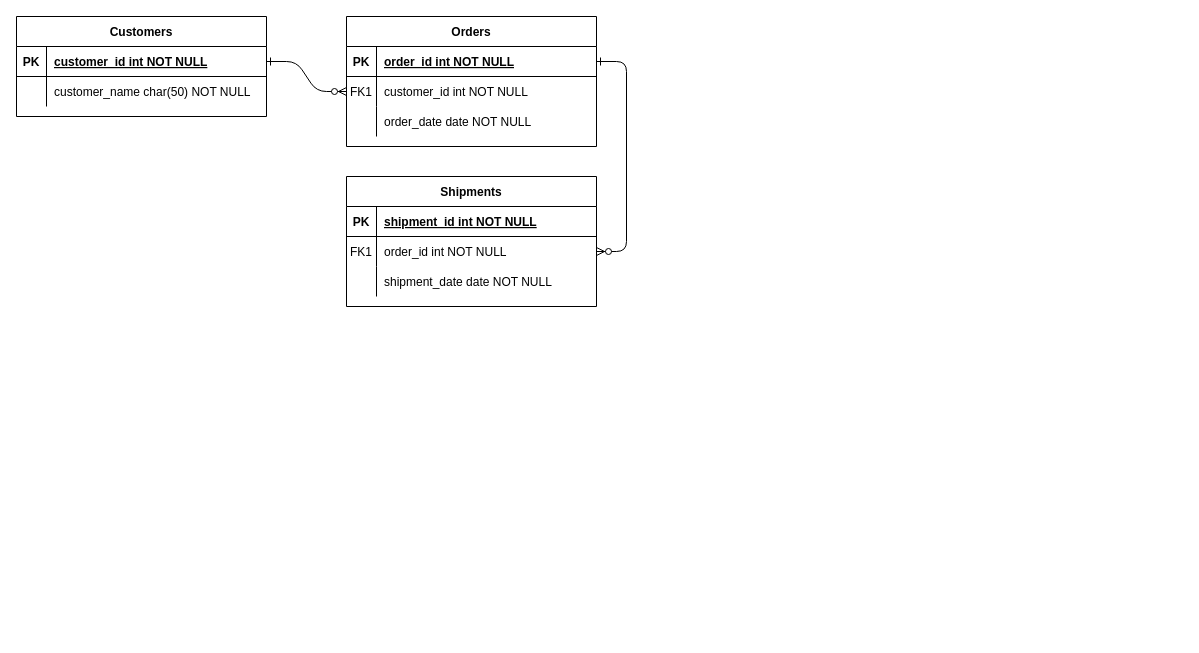
Earlier version of the draw.io diagram city boomers.drawio (vinaykurmi/star-schema). Source tidied: cells renumbered, new cells numbered last; positions are measured from the earlier drawing's top-left corner, leaving out a move shared by most shapes. Both pictures are drawn from the tidied source at 100%, with x=0, y=0 at pixel (16, 16).
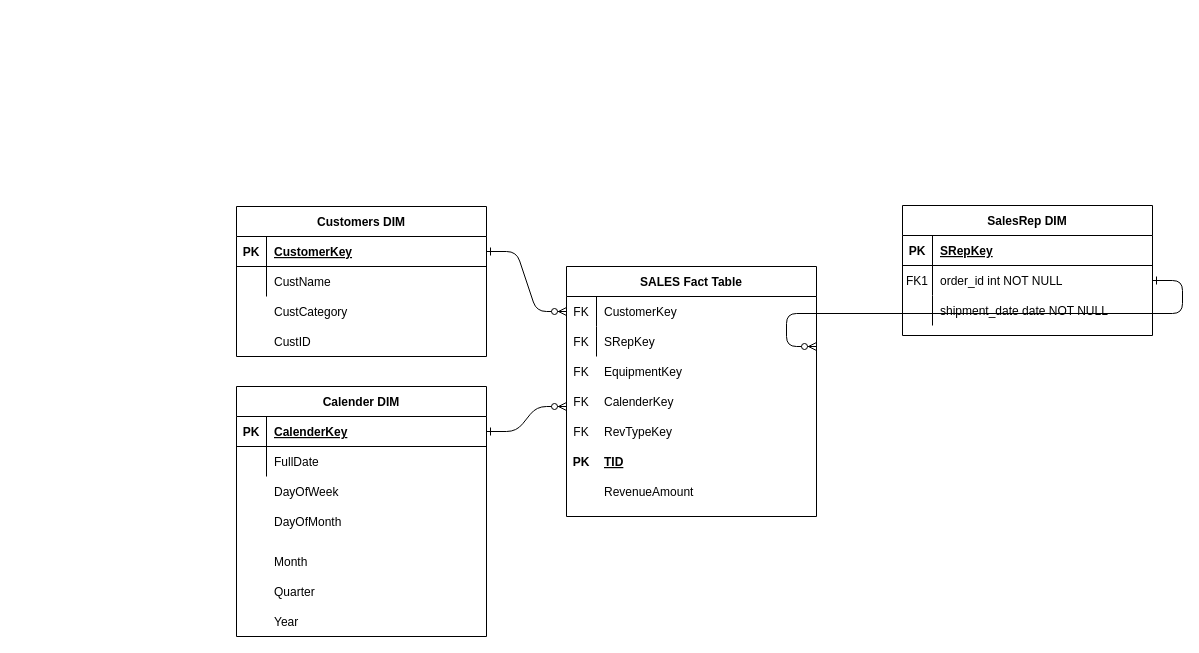
The same page after the edit.

The change refers to these unchanged cells:
```xml
<mxCell id="15" style="shape=partialRectangle;fillColor=none;top=0;left=0;right=0;bottom=1;" parent="14" vertex="1">
  <mxGeometry y="30" width="250" height="30" as="geometry" />
</mxCell>
<mxCell id="18" style="shape=partialRectangle;fillColor=none;points=[[0,0.5],[1,0.5]];portConstraint=eastwest;top=0;left=0;right=0;bottom=0;" parent="14" vertex="1">
  <mxGeometry y="60" width="250" height="30" as="geometry" />
</mxCell>
<mxCell id="25" style="shape=partialRectangle;fillColor=none;points=[[0,0.5],[1,0.5]];portConstraint=eastwest;top=0;left=0;right=0;bottom=1;" parent="24" vertex="1">
  <mxGeometry y="30" width="250" height="30" as="geometry" />
</mxCell>
<mxCell id="28" style="shape=partialRectangle;fillColor=none;top=0;left=0;right=0;bottom=0;" parent="24" vertex="1">
  <mxGeometry y="60" width="250" height="30" as="geometry" />
</mxCell>
```

Change to the diagram source:
```diff
@@
-    <mxCell id="3" style="edgeStyle=entityRelationEdgeStyle;endArrow=ERzeroToMany;startArrow=ERone;endFill=1;startFill=0;" parent="1" edge="1" source="5" target="18">
-      <mxGeometry relative="1" as="geometry" />
-    </mxCell>
-    <mxCell id="4" value="Orders" style="shape=table;startSize=30;childLayout=tableLayout;rowLines=0;fontStyle=1;align=center;" parent="1" vertex="1">
-      <mxGeometry x="330" width="250" height="130" as="geometry" />
+    <mxCell id="4" value="SALES Fact Table" style="shape=table;startSize=30;childLayout=tableLayout;rowLines=0;fontStyle=1;align=center;" parent="1" vertex="1">
+      <mxGeometry x="550" y="250" width="250" height="250" as="geometry" />
     </mxCell>
-    <mxCell id="5" style="shape=partialRectangle;fillColor=none;points=[[0,0.5],[1,0.5]];portConstraint=eastwest;top=0;left=0;right=0;bottom=1;" parent="4" vertex="1">
-      <mxGeometry y="30" width="250" height="30" as="geometry" />
-    </mxCell>
-    <mxCell id="6" value="PK" style="shape=partialRectangle;overflow=hidden;fillColor=none;top=0;left=0;bottom=0;right=0;fontStyle=1;" parent="5" vertex="1">
-      <mxGeometry width="30" height="30" as="geometry" />
-    </mxCell>
-    <mxCell id="7" value="order_id int NOT NULL " style="shape=partialRectangle;overflow=hidden;fillColor=none;top=0;left=0;bottom=0;right=0;align=left;spacingLeft=6;fontStyle=5;" parent="5" vertex="1">
-      <mxGeometry x="30" width="220" height="30" as="geometry" />
-    </mxCell>
     <mxCell id="8" style="shape=partialRectangle;fillColor=none;points=[[0,0.5],[1,0.5]];portConstraint=eastwest;top=0;left=0;right=0;bottom=0;" parent="4" vertex="1">
-      <mxGeometry y="60" width="250" height="30" as="geometry" />
+      <mxGeometry y="30" width="250" height="30" as="geometry" />
     </mxCell>
-    <mxCell id="9" value="FK1" style="shape=partialRectangle;overflow=hidden;fillColor=none;top=0;left=0;bottom=0;right=0;" parent="8" vertex="1">
+    <mxCell id="9" value="FK" style="shape=partialRectangle;overflow=hidden;fillColor=none;top=0;left=0;bottom=0;right=0;" parent="8" vertex="1">
       <mxGeometry width="30" height="30" as="geometry" />
     </mxCell>
-    <mxCell id="10" value="customer_id int NOT NULL" style="shape=partialRectangle;overflow=hidden;fillColor=none;top=0;left=0;bottom=0;right=0;align=left;spacingLeft=6;" parent="8" vertex="1">
+    <mxCell id="10" value="CustomerKey" style="shape=partialRectangle;overflow=hidden;fillColor=none;top=0;left=0;bottom=0;right=0;align=left;spacingLeft=6;" parent="8" vertex="1">
       <mxGeometry x="30" width="220" height="30" as="geometry" />
     </mxCell>
     <mxCell id="11" style="shape=partialRectangle;fillColor=none;top=0;left=0;right=0;bottom=0;" parent="4" vertex="1">
-      <mxGeometry y="90" width="250" height="30" as="geometry" />
+      <mxGeometry y="60" width="250" height="30" as="geometry" />
     </mxCell>
@@
-    <mxCell id="13" value="order_date date NOT NULL" style="shape=partialRectangle;overflow=hidden;fillColor=none;top=0;left=0;bottom=0;right=0;align=left;spacingLeft=6;" parent="11" vertex="1">
+    <mxCell id="13" style="shape=partialRectangle;overflow=hidden;fillColor=none;top=0;left=0;bottom=0;right=0;align=left;spacingLeft=6;" parent="11" vertex="1">
       <mxGeometry x="30" width="220" height="30" as="geometry" />
     </mxCell>
-    <mxCell id="14" value="Shipments" style="shape=table;startSize=30;childLayout=tableLayout;rowLines=0;fontStyle=1;align=center;" parent="1" vertex="1">
-      <mxGeometry x="330" y="160" width="250" height="130" as="geometry" />
+    <mxCell id="14" value="SalesRep DIM" style="shape=table;startSize=30;childLayout=tableLayout;rowLines=0;fontStyle=1;align=center;" parent="1" vertex="1">
+      <mxGeometry x="886" y="189" width="250" height="130" as="geometry" />
     </mxCell>
@@
-    <mxCell id="17" value="shipment_id int NOT NULL " style="shape=partialRectangle;overflow=hidden;fillColor=none;top=0;left=0;bottom=0;right=0;align=left;spacingLeft=6;fontStyle=5;" parent="15" vertex="1">
+    <mxCell id="17" value="SRepKey" style="shape=partialRectangle;overflow=hidden;fillColor=none;top=0;left=0;bottom=0;right=0;align=left;spacingLeft=6;fontStyle=5;" parent="15" vertex="1">
       <mxGeometry x="30" width="220" height="30" as="geometry" />
     </mxCell>
@@
+    <mxCell id="3" style="edgeStyle=entityRelationEdgeStyle;endArrow=ERzeroToMany;startArrow=ERone;endFill=1;startFill=0;" parent="14" edge="1" source="18">
+      <mxGeometry relative="1" as="geometry">
+        <mxPoint x="-86" y="141" as="targetPoint" />
+      </mxGeometry>
+    </mxCell>
-    <mxCell id="24" value="Customers" style="shape=table;startSize=30;childLayout=tableLayout;rowLines=0;fontStyle=1;align=center;" parent="1" vertex="1">
-      <mxGeometry width="250" height="100" as="geometry" />
+    <mxCell id="24" value="Customers DIM" style="shape=table;startSize=30;childLayout=tableLayout;rowLines=0;fontStyle=1;align=center;" parent="1" vertex="1">
+      <mxGeometry x="220" y="190" width="250" height="150" as="geometry" />
     </mxCell>
@@
-    <mxCell id="27" value="customer_id int NOT NULL " style="shape=partialRectangle;overflow=hidden;fillColor=none;top=0;left=0;bottom=0;right=0;align=left;spacingLeft=6;fontStyle=5;" parent="25" vertex="1">
+    <mxCell id="27" value="CustomerKey" style="shape=partialRectangle;overflow=hidden;fillColor=none;top=0;left=0;bottom=0;right=0;align=left;spacingLeft=6;fontStyle=5;" parent="25" vertex="1">
       <mxGeometry x="30" width="220" height="30" as="geometry" />
     </mxCell>
@@
-    <mxCell id="30" value="customer_name char(50) NOT NULL" style="shape=partialRectangle;overflow=hidden;fillColor=none;top=0;left=0;bottom=0;right=0;align=left;spacingLeft=6;" parent="28" vertex="1">
+    <mxCell id="30" value="CustName" style="shape=partialRectangle;overflow=hidden;fillColor=none;top=0;left=0;bottom=0;right=0;align=left;spacingLeft=6;" parent="28" vertex="1">
       <mxGeometry x="30" width="220" height="30" as="geometry" />
     </mxCell>
+    <mxCell id="31" value="CustID" style="shape=partialRectangle;overflow=hidden;fillColor=none;top=0;left=0;bottom=0;right=0;align=left;spacingLeft=6;" parent="1" vertex="1">
+      <mxGeometry x="250" y="310" width="220" height="30" as="geometry" />
+    </mxCell>
+    <mxCell id="32" value="CustCategory" style="shape=partialRectangle;overflow=hidden;fillColor=none;top=0;left=0;bottom=0;right=0;align=left;spacingLeft=6;" parent="1" vertex="1">
+      <mxGeometry x="250" y="280" width="220" height="30" as="geometry" />
+    </mxCell>
+    <mxCell id="33" style="edgeStyle=entityRelationEdgeStyle;endArrow=ERzeroToMany;startArrow=ERone;endFill=1;startFill=0;" parent="1" edge="1" source="5">
+      <mxGeometry relative="1" as="geometry">
+        <mxPoint x="550" y="390" as="targetPoint" />
+      </mxGeometry>
+    </mxCell>
+    <mxCell id="34" value="Calender DIM" style="shape=table;startSize=30;childLayout=tableLayout;rowLines=0;fontStyle=1;align=center;" parent="1" vertex="1">
+      <mxGeometry x="220" y="370" width="250" height="250" as="geometry" />
+    </mxCell>
+    <mxCell id="5" style="shape=partialRectangle;fillColor=none;points=[[0,0.5],[1,0.5]];portConstraint=eastwest;top=0;left=0;right=0;bottom=1;" parent="34" vertex="1">
+      <mxGeometry y="30" width="250" height="30" as="geometry" />
+    </mxCell>
+    <mxCell id="6" value="PK" style="shape=partialRectangle;overflow=hidden;fillColor=none;top=0;left=0;bottom=0;right=0;fontStyle=1;" parent="5" vertex="1">
+      <mxGeometry width="30" height="30" as="geometry" />
+    </mxCell>
+    <mxCell id="35" value="CalenderKey" style="shape=partialRectangle;overflow=hidden;fillColor=none;top=0;left=0;bottom=0;right=0;align=left;spacingLeft=6;fontStyle=5;" parent="5" vertex="1">
+      <mxGeometry x="30" width="220" height="30" as="geometry" />
+    </mxCell>
+    <mxCell id="36" style="shape=partialRectangle;fillColor=none;top=0;left=0;right=0;bottom=0;" parent="34" vertex="1">
+      <mxGeometry y="60" width="250" height="30" as="geometry" />
+    </mxCell>
+    <mxCell id="37" style="shape=partialRectangle;overflow=hidden;fillColor=none;top=0;left=0;bottom=0;right=0;" parent="36" vertex="1">
+      <mxGeometry width="30" height="30" as="geometry" />
+    </mxCell>
+    <mxCell id="38" value="FullDate" style="shape=partialRectangle;overflow=hidden;fillColor=none;top=0;left=0;bottom=0;right=0;align=left;spacingLeft=6;" parent="36" vertex="1">
+      <mxGeometry x="30" width="220" height="30" as="geometry" />
+    </mxCell>
+    <mxCell id="39" value="DayOfWeek" style="shape=partialRectangle;overflow=hidden;fillColor=none;top=0;left=0;bottom=0;right=0;align=left;spacingLeft=6;" parent="1" vertex="1">
+      <mxGeometry x="250" y="460" width="220" height="30" as="geometry" />
+    </mxCell>
+    <mxCell id="40" value="Month" style="shape=partialRectangle;overflow=hidden;fillColor=none;top=0;left=0;bottom=0;right=0;align=left;spacingLeft=6;" parent="1" vertex="1">
+      <mxGeometry x="250" y="530" width="220" height="30" as="geometry" />
+    </mxCell>
+    <mxCell id="41" value="Quarter" style="shape=partialRectangle;overflow=hidden;fillColor=none;top=0;left=0;bottom=0;right=0;align=left;spacingLeft=6;" parent="1" vertex="1">
+      <mxGeometry x="250" y="560" width="220" height="30" as="geometry" />
+    </mxCell>
+    <mxCell id="42" value="DayOfMonth" style="shape=partialRectangle;overflow=hidden;fillColor=none;top=0;left=0;bottom=0;right=0;align=left;spacingLeft=6;" parent="1" vertex="1">
+      <mxGeometry x="250" y="490" width="220" height="30" as="geometry" />
+    </mxCell>
+    <mxCell id="43" value="Year" style="shape=partialRectangle;overflow=hidden;fillColor=none;top=0;left=0;bottom=0;right=0;align=left;spacingLeft=6;" parent="1" vertex="1">
+      <mxGeometry x="250" y="590" width="220" height="30" as="geometry" />
+    </mxCell>
+    <mxCell id="44" value="FK" style="shape=partialRectangle;overflow=hidden;fillColor=none;top=0;left=0;bottom=0;right=0;" parent="1" vertex="1">
+      <mxGeometry x="550" y="310" width="30" height="30" as="geometry" />
+    </mxCell>
+    <mxCell id="45" value="SRepKey" style="shape=partialRectangle;overflow=hidden;fillColor=none;top=0;left=0;bottom=0;right=0;align=left;spacingLeft=6;" parent="1" vertex="1">
+      <mxGeometry x="580" y="310" width="220" height="30" as="geometry" />
+    </mxCell>
+    <mxCell id="46" value="FK" style="shape=partialRectangle;overflow=hidden;fillColor=none;top=0;left=0;bottom=0;right=0;" parent="1" vertex="1">
+      <mxGeometry x="550" y="340" width="30" height="30" as="geometry" />
+    </mxCell>
+    <mxCell id="47" value="EquipmentKey" style="shape=partialRectangle;overflow=hidden;fillColor=none;top=0;left=0;bottom=0;right=0;align=left;spacingLeft=6;" parent="1" vertex="1">
+      <mxGeometry x="580" y="340" width="220" height="30" as="geometry" />
+    </mxCell>
+    <mxCell id="48" value="FK" style="shape=partialRectangle;overflow=hidden;fillColor=none;top=0;left=0;bottom=0;right=0;" parent="1" vertex="1">
+      <mxGeometry x="550" y="370" width="30" height="30" as="geometry" />
+    </mxCell>
+    <mxCell id="49" value="CalenderKey" style="shape=partialRectangle;overflow=hidden;fillColor=none;top=0;left=0;bottom=0;right=0;align=left;spacingLeft=6;" parent="1" vertex="1">
+      <mxGeometry x="580" y="370" width="220" height="30" as="geometry" />
+    </mxCell>
+    <mxCell id="50" value="FK" style="shape=partialRectangle;overflow=hidden;fillColor=none;top=0;left=0;bottom=0;right=0;" parent="1" vertex="1">
+      <mxGeometry x="550" y="400" width="30" height="30" as="geometry" />
+    </mxCell>
+    <mxCell id="51" value="RevTypeKey" style="shape=partialRectangle;overflow=hidden;fillColor=none;top=0;left=0;bottom=0;right=0;align=left;spacingLeft=6;" parent="1" vertex="1">
+      <mxGeometry x="580" y="400" width="220" height="30" as="geometry" />
+    </mxCell>
+    <mxCell id="52" value="PK" style="shape=partialRectangle;overflow=hidden;fillColor=none;top=0;left=0;bottom=0;right=0;fontStyle=1;" parent="1" vertex="1">
+      <mxGeometry x="550" y="430" width="30" height="30" as="geometry" />
+    </mxCell>
+    <mxCell id="53" value="TID" style="shape=partialRectangle;overflow=hidden;fillColor=none;top=0;left=0;bottom=0;right=0;align=left;spacingLeft=6;fontStyle=5;" parent="1" vertex="1">
+      <mxGeometry x="580" y="430" width="220" height="30" as="geometry" />
+    </mxCell>
+    <mxCell id="54" value="RevenueAmount" style="shape=partialRectangle;overflow=hidden;fillColor=none;top=0;left=0;bottom=0;right=0;align=left;spacingLeft=6;" parent="1" vertex="1">
+      <mxGeometry x="580" y="460" width="220" height="30" as="geometry" />
+    </mxCell>
```
